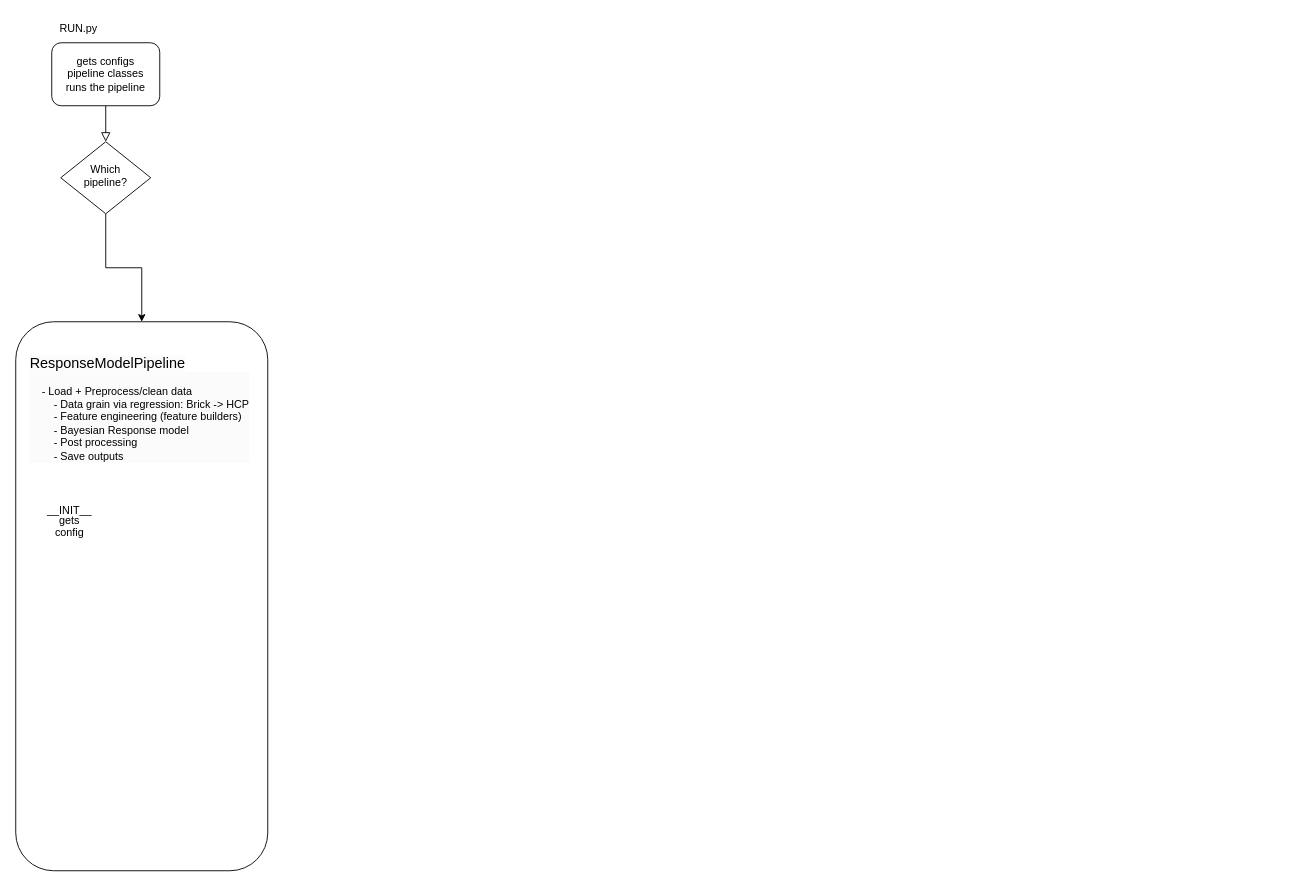
Earlier version of the draw.io diagram mmx.drawio (Robertoarce/flowcharts). Source tidied: cells renumbered, new cells numbered last; positions are measured from the earlier drawing's top-left corner, leaving out a move shared by most shapes. Both pictures are drawn from the tidied source at 90%, with x=0, y=0 at pixel (15, 15).
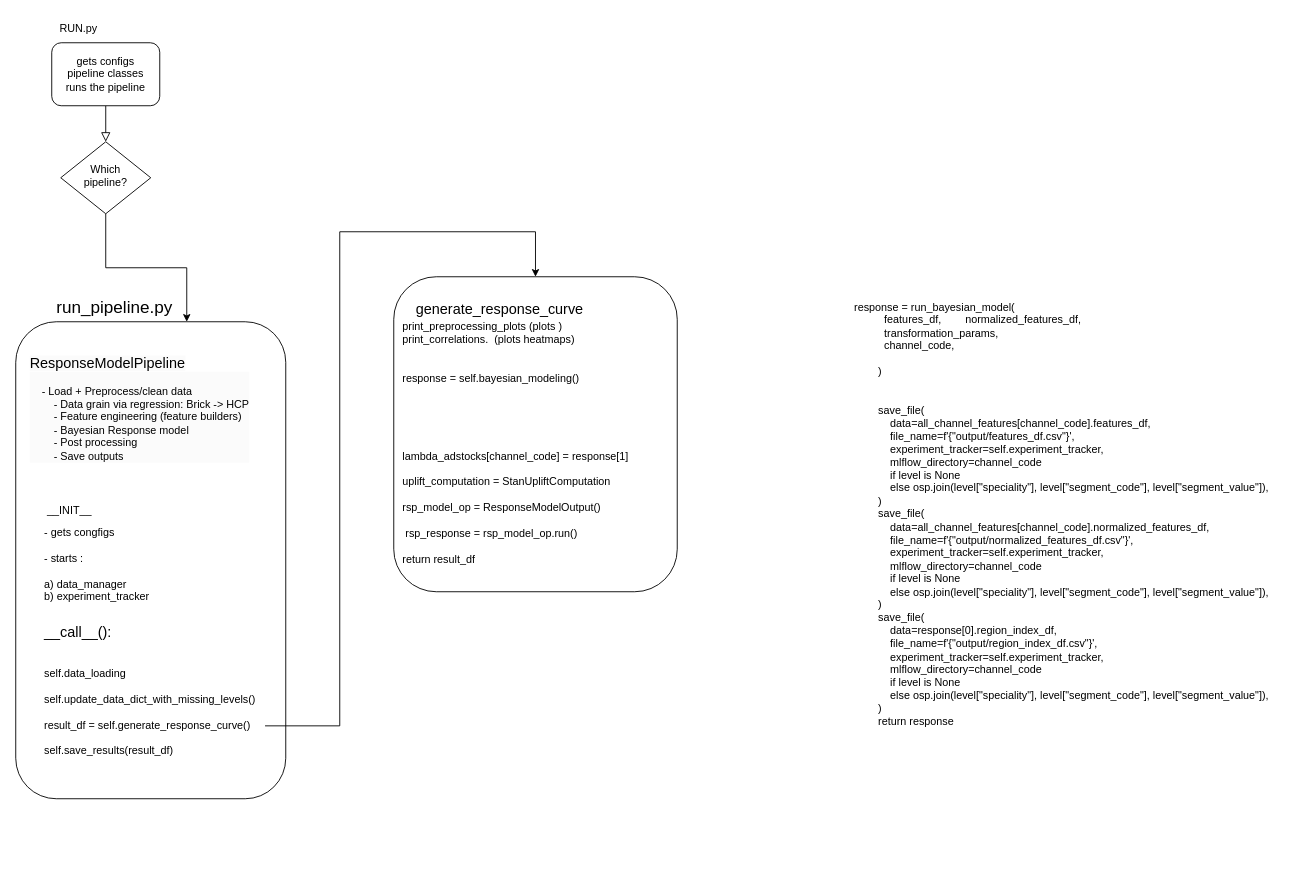
The same diagram, later.

Unchanged cells that the change refers to:
```xml
<mxCell id="5" value="Which&lt;div&gt;&amp;nbsp;pipeline?&amp;nbsp;&lt;/div&gt;" style="rhombus;whiteSpace=wrap;html=1;shadow=0;fontFamily=Helvetica;fontSize=12;align=center;strokeWidth=1;spacing=6;spacingTop=-4;" parent="1" vertex="1">
  <mxGeometry x="50" y="140" width="100" height="80" as="geometry" />
</mxCell>
```

Diff of the diagram source:
```diff
@@
     <mxCell id="4" style="edgeStyle=orthogonalEdgeStyle;rounded=0;jettySize=auto;html=1;" parent="1" edge="1" source="5" target="6">
-      <mxGeometry relative="1" as="geometry" />
+      <mxGeometry relative="1" as="geometry">
+        <Array as="points">
+          <mxPoint x="100" y="280" />
+          <mxPoint x="190" y="280" />
+        </Array>
+      </mxGeometry>
     </mxCell>
@@
     <mxCell id="6" style="rounded=1;whiteSpace=wrap;html=1;fontSize=12;glass=0;strokeWidth=1;shadow=0;" parent="1" vertex="1">
-      <mxGeometry y="340" width="280" height="610" as="geometry" />
+      <mxGeometry y="340" width="300" height="530" as="geometry" />
     </mxCell>
@@
-    <mxCell id="10" value="gets config&lt;div&gt;&lt;br&gt;&lt;/div&gt;" style="text;html=1;align=center;verticalAlign=middle;whiteSpace=wrap;rounded=0;" parent="1" vertex="1">
-      <mxGeometry x="30" y="560" width="60" height="30" as="geometry" />
+    <mxCell id="10" value="&lt;div&gt;&lt;br&gt;&lt;/div&gt;&lt;div&gt;- gets congfigs&lt;/div&gt;&lt;div&gt;&lt;br&gt;&lt;/div&gt;&lt;div&gt;- starts :&lt;/div&gt;&lt;div&gt;&lt;br&gt;&lt;/div&gt;&lt;div&gt;a) data_manager&lt;/div&gt;&lt;div&gt;b) experiment_tracker&lt;/div&gt;" style="text;html=1;align=left;verticalAlign=middle;whiteSpace=wrap;rounded=0;" parent="1" vertex="1">
+      <mxGeometry x="30" y="565" width="140" height="75" as="geometry" />
     </mxCell>
+    <mxCell id="11" value="&lt;font style=&quot;font-size: 16px;&quot;&gt;__call__():&lt;/font&gt;&lt;div&gt;&lt;font style=&quot;font-size: 12px;&quot;&gt;&lt;br&gt;&lt;/font&gt;&lt;/div&gt;&lt;div&gt;&lt;font style=&quot;font-size: 12px;&quot;&gt;&lt;br&gt;&lt;/font&gt;&lt;/div&gt;&lt;div&gt;&lt;font style=&quot;font-size: 12px;&quot;&gt;self.data_loading&amp;nbsp;&lt;/font&gt;&lt;/div&gt;&lt;div&gt;&lt;font style=&quot;font-size: 12px;&quot;&gt;&lt;br&gt;&lt;/font&gt;&lt;/div&gt;&lt;div&gt;&lt;font style=&quot;font-size: 12px;&quot;&gt;self.update_data_dict_with_missing_levels()&lt;/font&gt;&lt;/div&gt;&lt;div&gt;&lt;font style=&quot;font-size: 12px;&quot;&gt;&lt;br&gt;&lt;/font&gt;&lt;/div&gt;&lt;div&gt;&lt;font style=&quot;&quot;&gt;&lt;div style=&quot;&quot;&gt;result_df = self.generate_response_curve()&lt;/div&gt;&lt;div style=&quot;&quot;&gt;&lt;br&gt;&lt;/div&gt;&lt;div style=&quot;&quot;&gt;self.save_results(result_df)&lt;/div&gt;&lt;/font&gt;&lt;/div&gt;" style="text;html=1;align=left;verticalAlign=middle;whiteSpace=wrap;rounded=0;" parent="1" vertex="1">
+      <mxGeometry x="30" y="670" width="260" height="160" as="geometry" />
+    </mxCell>
+    <mxCell id="12" value="&lt;font style=&quot;font-size: 19px;&quot;&gt;run_pipeline.py&lt;/font&gt;" style="text;html=1;align=center;verticalAlign=middle;whiteSpace=wrap;rounded=0;" parent="1" vertex="1">
+      <mxGeometry x="80" y="310" width="60" height="30" as="geometry" />
+    </mxCell>
+    <mxCell id="13" style="rounded=1;whiteSpace=wrap;html=1;" parent="1" vertex="1">
+      <mxGeometry x="420" y="290" width="315" height="350" as="geometry" />
+    </mxCell>
+    <mxCell id="14" value="generate_response_curve" style="text;whiteSpace=wrap;fontSize=16;" parent="1" vertex="1">
+      <mxGeometry x="442.5" y="310" width="270" height="40" as="geometry" />
+    </mxCell>
+    <mxCell id="15" style="edgeStyle=orthogonalEdgeStyle;rounded=0;jettySize=auto;html=1;entryX=0.5;entryY=0;entryDx=0;entryDy=0;" parent="1" edge="1" target="13">
+      <mxGeometry relative="1" as="geometry">
+        <mxPoint x="277" y="789" as="sourcePoint" />
+        <Array as="points">
+          <mxPoint x="360" y="789" />
+          <mxPoint x="360" y="240" />
+          <mxPoint x="578" y="240" />
+        </Array>
+      </mxGeometry>
+    </mxCell>
+    <mxCell id="16" value="print_preprocessing_plots (plots )&lt;div&gt;print_correlations.&amp;nbsp; (plots heatmaps)&lt;br&gt;&lt;/div&gt;&lt;div&gt;&lt;br&gt;&lt;/div&gt;&lt;div&gt;&lt;br&gt;&lt;/div&gt;&lt;div&gt;response = self.bayesian_modeling()&lt;br&gt;&lt;/div&gt;&lt;div&gt;&lt;span style=&quot;white-space: pre;&quot;&gt;&#9;&lt;/span&gt;&lt;br&gt;&lt;/div&gt;&lt;div&gt;&lt;br&gt;&lt;/div&gt;&lt;div&gt;&lt;br&gt;&lt;/div&gt;&lt;div&gt;&lt;br&gt;&lt;/div&gt;&lt;div&gt;&lt;br&gt;&lt;/div&gt;&lt;div&gt;&lt;div&gt;lambda_adstocks[channel_code] = response[1]&lt;/div&gt;&lt;div&gt;&lt;br&gt;&lt;/div&gt;&lt;div&gt;uplift_computation&amp;nbsp;= StanUpliftComputation&lt;/div&gt;&lt;/div&gt;&lt;div&gt;&lt;br&gt;&lt;/div&gt;&lt;div&gt;rsp_model_op = ResponseModelOutput()&lt;br&gt;&lt;/div&gt;&lt;div&gt;&lt;br&gt;&lt;/div&gt;&lt;div&gt;&amp;nbsp;rsp_response = rsp_model_op.run()&lt;br&gt;&lt;/div&gt;&lt;div&gt;&lt;br&gt;&lt;/div&gt;&lt;div&gt;return result_df&lt;br&gt;&lt;/div&gt;" style="text;html=1;align=left;verticalAlign=middle;whiteSpace=wrap;rounded=0;" parent="1" vertex="1">
+      <mxGeometry x="427.5" y="340" width="300" height="270" as="geometry" />
+    </mxCell>
+    <mxCell id="17" value="response = run_bayesian_model( &#10;          features_df,        normalized_features_df,&#10;          transformation_params,&#10;          channel_code,&#10;&#10;        )&#10;&#10;&#10;        save_file(&#10;            data=all_channel_features[channel_code].features_df,&#10;            file_name=f'{&quot;output/features_df.csv&quot;}',&#10;            experiment_tracker=self.experiment_tracker,&#10;            mlflow_directory=channel_code&#10;            if level is None&#10;            else osp.join(level[&quot;speciality&quot;], level[&quot;segment_code&quot;], level[&quot;segment_value&quot;]),&#10;        )&#10;        save_file(&#10;            data=all_channel_features[channel_code].normalized_features_df,&#10;            file_name=f'{&quot;output/normalized_features_df.csv&quot;}',&#10;            experiment_tracker=self.experiment_tracker,&#10;            mlflow_directory=channel_code&#10;            if level is None&#10;            else osp.join(level[&quot;speciality&quot;], level[&quot;segment_code&quot;], level[&quot;segment_value&quot;]),&#10;        )&#10;        save_file(&#10;            data=response[0].region_index_df,&#10;            file_name=f'{&quot;output/region_index_df.csv&quot;}',&#10;            experiment_tracker=self.experiment_tracker,&#10;            mlflow_directory=channel_code&#10;            if level is None&#10;            else osp.join(level[&quot;speciality&quot;], level[&quot;segment_code&quot;], level[&quot;segment_value&quot;]),&#10;        )&#10;        return response" style="text;whiteSpace=wrap;" parent="1" vertex="1">
+      <mxGeometry x="930" y="310" width="490" height="540" as="geometry" />
+    </mxCell>
```
